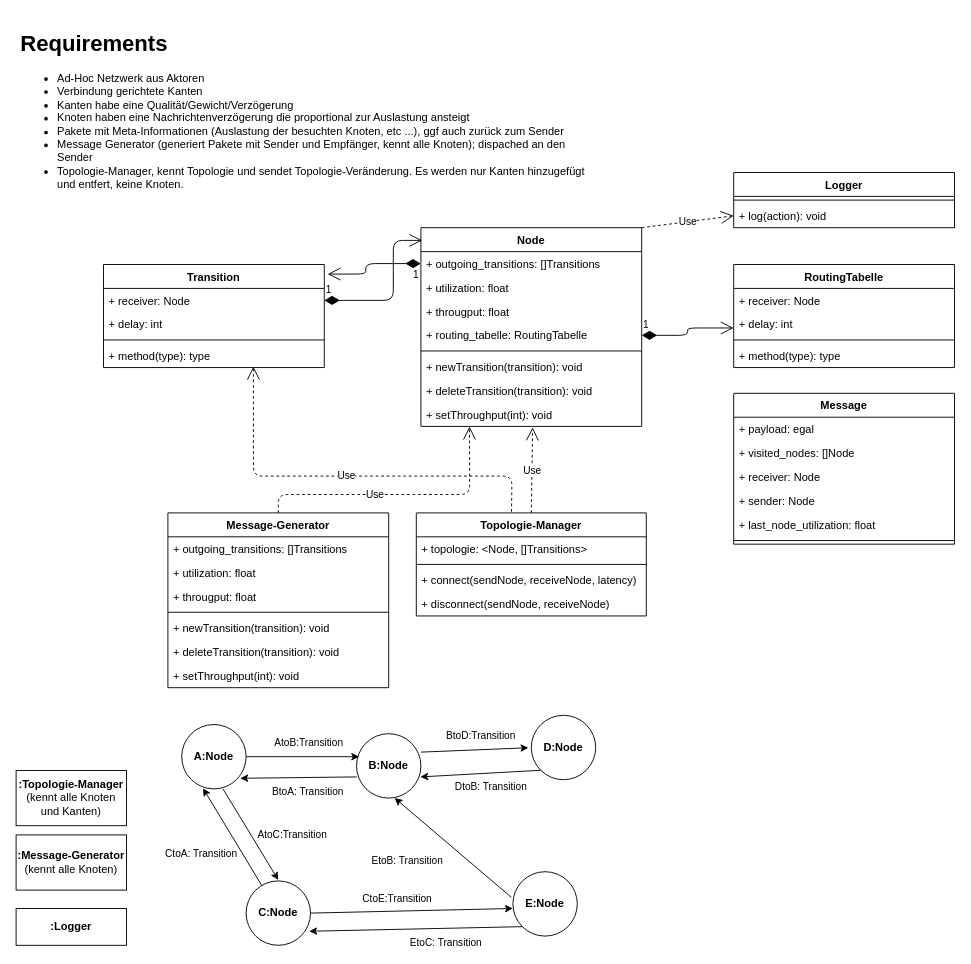
Earlier version of the draw.io diagram docs/basics.drawio (jakobod/packet-routing). Source tidied: cells renumbered, new cells numbered last; positions are measured from the earlier drawing's top-left corner, leaving out a move shared by most shapes. Both pictures are drawn from the tidied source at 92%, with x=0, y=0 at pixel (16, 25).
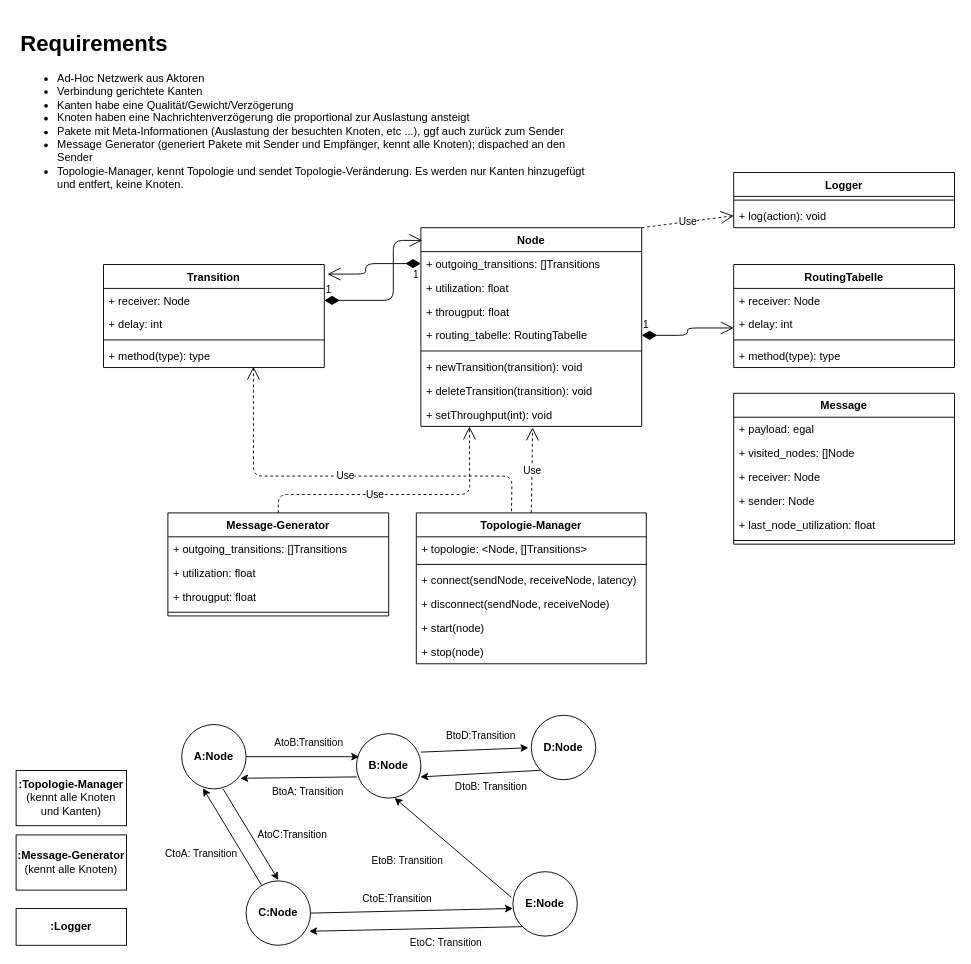
The same page after the edit.

The edit, as a diff of the source:
```diff
@@
     <mxCell id="17" value="Message-Generator" style="swimlane;fontStyle=1;align=center;verticalAlign=top;horizontal=1;startSize=26;" parent="1" vertex="1">
-      <mxGeometry x="165" y="530" width="240" height="190" as="geometry" />
+      <mxGeometry x="165" y="530" width="240" height="112" as="geometry" />
     </mxCell>
@@
-    <mxCell id="22" value="+ newTransition(transition): void" style="text;strokeColor=none;fillColor=none;align=left;verticalAlign=top;spacingLeft=4;spacingRight=4;overflow=hidden;" parent="17" vertex="1">
-      <mxGeometry y="112" width="240" height="26" as="geometry" />
-    </mxCell>
-    <mxCell id="23" value="+ deleteTransition(transition): void" style="text;strokeColor=none;fillColor=none;align=left;verticalAlign=top;spacingLeft=4;spacingRight=4;overflow=hidden;" parent="17" vertex="1">
-      <mxGeometry y="138" width="240" height="26" as="geometry" />
-    </mxCell>
-    <mxCell id="24" value="+ setThroughput(int): void" style="text;strokeColor=none;fillColor=none;align=left;verticalAlign=top;spacingLeft=4;spacingRight=4;overflow=hidden;" parent="17" vertex="1">
-      <mxGeometry y="164" width="240" height="26" as="geometry" />
-    </mxCell>
@@
     <mxCell id="32" value="Topologie-Manager" style="swimlane;fontStyle=1;align=center;verticalAlign=top;horizontal=1;startSize=26;" parent="1" vertex="1">
-      <mxGeometry x="435" y="530" width="250" height="112" as="geometry" />
+      <mxGeometry x="435" y="530" width="250" height="164" as="geometry" />
     </mxCell>
@@
+    <mxCell id="78" value="+ disconnect(sendNode, receiveNode)" style="text;strokeColor=none;fillColor=none;align=left;verticalAlign=top;spacingLeft=4;spacingRight=4;overflow=hidden;" parent="32" vertex="1">
+      <mxGeometry y="86" width="250" height="26" as="geometry" />
+    </mxCell>
+    <mxCell id="79" value="+ start(node)" style="text;strokeColor=none;fillColor=none;align=left;verticalAlign=top;spacingLeft=4;spacingRight=4;overflow=hidden;" parent="32" vertex="1">
+      <mxGeometry y="112" width="250" height="26" as="geometry" />
+    </mxCell>
-    <mxCell id="36" value="+ disconnect(sendNode, receiveNode)" style="text;strokeColor=none;fillColor=none;align=left;verticalAlign=top;spacingLeft=4;spacingRight=4;overflow=hidden;" parent="32" vertex="1">
-      <mxGeometry y="86" width="250" height="26" as="geometry" />
+    <mxCell id="36" value="+ stop(node)" style="text;strokeColor=none;fillColor=none;align=left;verticalAlign=top;spacingLeft=4;spacingRight=4;overflow=hidden;" parent="32" vertex="1">
+      <mxGeometry y="138" width="250" height="26" as="geometry" />
     </mxCell>
```
